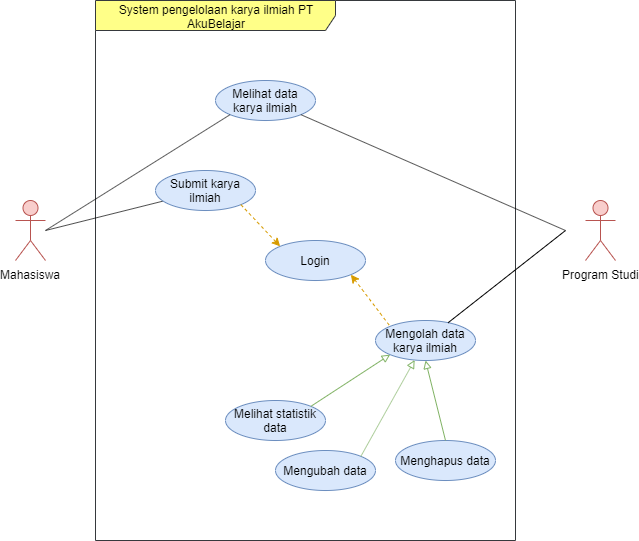
Above: Design/Use Case (RPL II).png in arizalsultan25/TugasRPL-if3a-kel9 (draw.io), before the change. Source tidied: cells renumbered, new cells last; positions are measured from the earlier drawing's top-left corner, leaving out a move shared by most shapes.
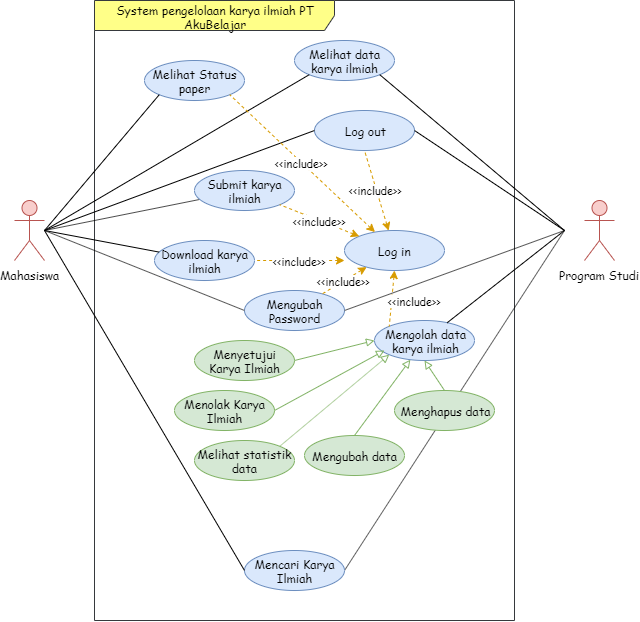
Later version of the same file.

Commit message:
Uml use case final

Diff of the diagram source:
```diff
@@ -2,70 +2,158 @@
   <root>
     <mxCell id="0" />
     <mxCell id="1" parent="0" />
-    <mxCell id="2" value="System pengelolaan karya ilmiah PT AkuBelajar" style="shape=umlFrame;whiteSpace=wrap;html=1;width=240;height=30;fillColor=#ffff88;strokeColor=#36393d;" parent="1" vertex="1">
-      <mxGeometry x="80" width="420" height="540" as="geometry" />
+    <mxCell id="2" value="System pengelolaan karya ilmiah PT AkuBelajar" style="shape=umlFrame;whiteSpace=wrap;html=1;width=240;height=30;fillColor=#ffff88;strokeColor=#36393d;fontFamily=Comic Sans MS;" parent="1" vertex="1">
+      <mxGeometry x="80" width="420" height="620" as="geometry" />
     </mxCell>
+    <mxCell id="19" style="rounded=0;jettySize=auto;html=1;startArrow=block;startFill=0;endArrow=none;endFill=0;entryX=0.5;entryY=0;entryDx=0;entryDy=0;fillColor=#d5e8d4;strokeColor=#82b366;fontFamily=Comic Sans MS;" parent="1" edge="1" source="8" target="9">
+      <mxGeometry relative="1" as="geometry" />
+    </mxCell>
+    <mxCell id="21" style="endArrow=none;html=1;entryX=1;entryY=0.5;entryDx=0;entryDy=0;" parent="1" edge="1" target="37">
+      <mxGeometry relative="1" as="geometry">
+        <mxPoint x="550" y="230" as="sourcePoint" />
+      </mxGeometry>
+    </mxCell>
+    <mxCell id="10" value="Menghapus data" style="ellipse;whiteSpace=wrap;html=1;fillColor=#d5e8d4;strokeColor=#82b366;fontFamily=Comic Sans MS;" parent="1" vertex="1">
+      <mxGeometry x="380" y="390" width="100" height="40" as="geometry" />
+    </mxCell>
-    <mxCell id="3" style="rounded=0;jettySize=auto;html=1;startArrow=none;startFill=0;endArrow=none;endFill=0;" parent="1" edge="1" target="7">
+    <mxCell id="3" style="rounded=0;jettySize=auto;html=1;startArrow=none;startFill=0;endArrow=none;endFill=0;fontFamily=Comic Sans MS;" parent="1" edge="1" target="7">
       <mxGeometry relative="1" as="geometry">
         <mxPoint x="30" y="230" as="sourcePoint" />
       </mxGeometry>
     </mxCell>
+    <mxCell id="22" style="edgeStyle=none;rounded=0;jettySize=auto;html=1;" parent="1" edge="1" source="4">
+      <mxGeometry relative="1" as="geometry">
+        <mxPoint x="30" y="230" as="targetPoint" />
+      </mxGeometry>
+    </mxCell>
-    <mxCell id="4" value="Mahasiswa" style="shape=umlActor;verticalLabelPosition=bottom;labelBackgroundColor=#ffffff;verticalAlign=top;html=1;fillColor=#f8cecc;strokeColor=#b85450;" parent="1" vertex="1">
+    <mxCell id="4" value="Mahasiswa" style="shape=umlActor;verticalLabelPosition=bottom;labelBackgroundColor=#ffffff;verticalAlign=top;html=1;fillColor=#f8cecc;strokeColor=#b85450;fontFamily=Comic Sans MS;" parent="1" vertex="1">
       <mxGeometry y="200" width="30" height="60" as="geometry" />
     </mxCell>
-    <mxCell id="5" value="Program Studi" style="shape=umlActor;verticalLabelPosition=bottom;labelBackgroundColor=#ffffff;verticalAlign=top;html=1;fillColor=#f8cecc;strokeColor=#b85450;" parent="1" vertex="1">
+    <mxCell id="5" value="Program Studi" style="shape=umlActor;verticalLabelPosition=bottom;labelBackgroundColor=#ffffff;verticalAlign=top;html=1;fillColor=#f8cecc;strokeColor=#b85450;fontFamily=Comic Sans MS;" parent="1" vertex="1">
       <mxGeometry x="570" y="200" width="30" height="60" as="geometry" />
     </mxCell>
-    <mxCell id="6" value="Melihat data karya ilmiah" style="ellipse;whiteSpace=wrap;html=1;fillColor=#dae8fc;strokeColor=#6c8ebf;" parent="1" vertex="1">
-      <mxGeometry x="200" y="80" width="100" height="40" as="geometry" />
+    <mxCell id="6" value="Melihat data karya ilmiah" style="ellipse;whiteSpace=wrap;html=1;fillColor=#dae8fc;strokeColor=#6c8ebf;fontFamily=Comic Sans MS;" parent="1" vertex="1">
+      <mxGeometry x="280" y="40" width="100" height="40" as="geometry" />
     </mxCell>
-    <mxCell id="7" value="Submit karya ilmiah" style="ellipse;whiteSpace=wrap;html=1;fillColor=#dae8fc;strokeColor=#6c8ebf;" parent="1" vertex="1">
-      <mxGeometry x="140" y="170" width="100" height="40" as="geometry" />
+    <mxCell id="7" value="Submit karya ilmiah" style="ellipse;whiteSpace=wrap;html=1;fillColor=#dae8fc;strokeColor=#6c8ebf;fontFamily=Comic Sans MS;" parent="1" vertex="1">
+      <mxGeometry x="180" y="170" width="100" height="40" as="geometry" />
     </mxCell>
-    <mxCell id="8" value="Mengolah data&lt;br&gt;karya ilmiah" style="ellipse;whiteSpace=wrap;html=1;fillColor=#dae8fc;strokeColor=#6c8ebf;" parent="1" vertex="1">
+    <mxCell id="8" value="Mengolah data&lt;br&gt;karya ilmiah" style="ellipse;whiteSpace=wrap;html=1;fillColor=#dae8fc;strokeColor=#6c8ebf;fontFamily=Comic Sans MS;" parent="1" vertex="1">
       <mxGeometry x="360" y="320" width="100" height="40" as="geometry" />
     </mxCell>
-    <mxCell id="9" value="Mengubah data" style="ellipse;whiteSpace=wrap;html=1;fillColor=#dae8fc;strokeColor=#6c8ebf;" parent="1" vertex="1">
-      <mxGeometry x="260" y="450" width="100" height="40" as="geometry" />
+    <mxCell id="9" value="Mengubah data" style="ellipse;whiteSpace=wrap;html=1;fillColor=#d5e8d4;strokeColor=#82b366;fontFamily=Comic Sans MS;" parent="1" vertex="1">
+      <mxGeometry x="290" y="435" width="100" height="40" as="geometry" />
     </mxCell>
-    <mxCell id="10" value="Menghapus data" style="ellipse;whiteSpace=wrap;html=1;fillColor=#dae8fc;strokeColor=#6c8ebf;" parent="1" vertex="1">
-      <mxGeometry x="380" y="440" width="100" height="40" as="geometry" />
-    </mxCell>
-    <mxCell id="11" value="Melihat statistik data" style="ellipse;whiteSpace=wrap;html=1;fillColor=#dae8fc;strokeColor=#6c8ebf;" parent="1" vertex="1">
-      <mxGeometry x="210" y="400" width="100" height="40" as="geometry" />
+    <mxCell id="11" value="Melihat statistik data" style="ellipse;whiteSpace=wrap;html=1;fillColor=#d5e8d4;strokeColor=#82b366;fontFamily=Comic Sans MS;" parent="1" vertex="1">
+      <mxGeometry x="180" y="440" width="100" height="40" as="geometry" />
     </mxCell>
-    <mxCell id="12" value="Login" style="ellipse;whiteSpace=wrap;html=1;fillColor=#dae8fc;strokeColor=#6c8ebf;" parent="1" vertex="1">
-      <mxGeometry x="250" y="240" width="100" height="40" as="geometry" />
+    <mxCell id="12" value="Log in" style="ellipse;html=1;fillColor=#dae8fc;strokeColor=#6c8ebf;fontFamily=Comic Sans MS;" parent="1" vertex="1">
+      <mxGeometry x="330" y="230" width="100" height="40" as="geometry" />
     </mxCell>
-    <mxCell id="13" style="rounded=0;jettySize=auto;html=1;startArrow=none;startFill=0;endArrow=none;endFill=0;entryX=0;entryY=1;entryDx=0;entryDy=0;" parent="1" edge="1" target="6">
+    <mxCell id="13" style="rounded=0;jettySize=auto;html=1;startArrow=none;startFill=0;endArrow=none;endFill=0;entryX=0;entryY=1;entryDx=0;entryDy=0;fontFamily=Comic Sans MS;" parent="1" edge="1" target="6">
       <mxGeometry relative="1" as="geometry">
         <mxPoint x="30" y="230" as="sourcePoint" />
       </mxGeometry>
     </mxCell>
-    <mxCell id="14" style="rounded=0;jettySize=auto;html=1;startArrow=none;startFill=0;endArrow=none;endFill=0;" parent="1" edge="1" source="8">
+    <mxCell id="14" style="rounded=0;jettySize=auto;html=1;startArrow=none;startFill=0;endArrow=none;endFill=0;fontFamily=Comic Sans MS;" parent="1" edge="1" source="8">
       <mxGeometry relative="1" as="geometry">
         <mxPoint x="550" y="230" as="targetPoint" />
       </mxGeometry>
     </mxCell>
-    <mxCell id="15" style="rounded=0;jettySize=auto;html=1;startArrow=none;startFill=0;endArrow=none;endFill=0;exitX=1;exitY=1;exitDx=0;exitDy=0;" parent="1" edge="1" source="6">
+    <mxCell id="15" style="rounded=0;jettySize=auto;html=1;startArrow=none;startFill=0;endArrow=none;endFill=0;exitX=1;exitY=1;exitDx=0;exitDy=0;fontFamily=Comic Sans MS;" parent="1" edge="1" source="6">
       <mxGeometry relative="1" as="geometry">
         <mxPoint x="550" y="230" as="targetPoint" />
       </mxGeometry>
     </mxCell>
-    <mxCell id="16" style="rounded=0;jettySize=auto;html=1;startArrow=classic;startFill=1;endArrow=none;endFill=0;entryX=1;entryY=1;entryDx=0;entryDy=0;exitX=0;exitY=0;exitDx=0;exitDy=0;dashed=1;fillColor=#ffe6cc;strokeColor=#d79b00;" parent="1" edge="1" source="12" target="7">
+    <mxCell id="16" value="&amp;lt;&amp;lt;include&amp;gt;&amp;gt;" style="rounded=0;jettySize=auto;html=1;startArrow=classic;startFill=1;endArrow=none;endFill=0;entryX=1;entryY=1;entryDx=0;entryDy=0;exitX=0;exitY=0;exitDx=0;exitDy=0;dashed=1;fillColor=#ffe6cc;strokeColor=#d79b00;fontFamily=Comic Sans MS;" parent="1" edge="1" source="12" target="7">
       <mxGeometry relative="1" as="geometry" />
     </mxCell>
-    <mxCell id="17" style="rounded=0;jettySize=auto;html=1;startArrow=classic;startFill=1;endArrow=none;endFill=0;entryX=0;entryY=0;entryDx=0;entryDy=0;exitX=1;exitY=1;exitDx=0;exitDy=0;dashed=1;fillColor=#ffe6cc;strokeColor=#d79b00;" parent="1" edge="1" source="12" target="8">
-      <mxGeometry relative="1" as="geometry" />
+    <mxCell id="17" value="&amp;lt;&amp;lt;include&amp;gt;&amp;gt;" style="rounded=0;jettySize=auto;html=1;startArrow=classic;startFill=1;endArrow=none;endFill=0;entryX=0;entryY=0;entryDx=0;entryDy=0;exitX=0.5;exitY=1;exitDx=0;exitDy=0;dashed=1;fillColor=#ffe6cc;strokeColor=#d79b00;fontFamily=Comic Sans MS;" parent="1" edge="1" source="12" target="8">
+      <mxGeometry y="23" relative="1" as="geometry" />
     </mxCell>
-    <mxCell id="18" style="rounded=0;jettySize=auto;html=1;startArrow=none;startFill=0;endArrow=block;endFill=0;entryX=0;entryY=1;entryDx=0;entryDy=0;exitX=1;exitY=0;exitDx=0;exitDy=0;fillColor=#d5e8d4;strokeColor=#82b366;" parent="1" edge="1" source="11" target="8">
+    <mxCell id="18" style="rounded=0;jettySize=auto;html=1;startArrow=none;startFill=0;endArrow=block;endFill=0;entryX=0;entryY=1;entryDx=0;entryDy=0;exitX=1;exitY=0;exitDx=0;exitDy=0;fillColor=#d5e8d4;strokeColor=#82b366;fontFamily=Comic Sans MS;" parent="1" edge="1" source="11" target="8">
       <mxGeometry relative="1" as="geometry" />
     </mxCell>
-    <mxCell id="19" style="rounded=0;jettySize=auto;html=1;startArrow=block;startFill=0;endArrow=none;endFill=0;entryX=1;entryY=0;entryDx=0;entryDy=0;fillColor=#d5e8d4;strokeColor=#82b366;" parent="1" edge="1" source="8" target="9">
-      <mxGeometry relative="1" as="geometry" />
-    </mxCell>
-    <mxCell id="20" style="rounded=0;jettySize=auto;html=1;startArrow=block;startFill=0;endArrow=none;endFill=0;entryX=0.5;entryY=0;entryDx=0;entryDy=0;exitX=0.5;exitY=1;exitDx=0;exitDy=0;fillColor=#d5e8d4;strokeColor=#82b366;" parent="1" edge="1" source="8" target="10">
+    <mxCell id="20" style="rounded=0;jettySize=auto;html=1;startArrow=block;startFill=0;endArrow=none;endFill=0;entryX=0.5;entryY=0;entryDx=0;entryDy=0;exitX=0.5;exitY=1;exitDx=0;exitDy=0;fillColor=#d5e8d4;strokeColor=#82b366;fontFamily=Comic Sans MS;" parent="1" edge="1" source="8" target="10">
       <mxGeometry relative="1" as="geometry" />
     </mxCell>
+    <mxCell id="23" value="Download karya ilmiah" style="ellipse;whiteSpace=wrap;html=1;fillColor=#dae8fc;strokeColor=#6c8ebf;fontFamily=Comic Sans MS;" parent="1" vertex="1">
+      <mxGeometry x="140" y="240" width="100" height="40" as="geometry" />
+    </mxCell>
+    <mxCell id="24" style="endArrow=none;html=1;" parent="1" edge="1" target="23">
+      <mxGeometry relative="1" as="geometry">
+        <mxPoint x="30" y="230" as="sourcePoint" />
+      </mxGeometry>
+    </mxCell>
+    <mxCell id="25" value="Menyetujui Karya Ilmiah" style="ellipse;whiteSpace=wrap;html=1;fillColor=#d5e8d4;strokeColor=#82b366;fontFamily=Comic Sans MS;" parent="1" vertex="1">
+      <mxGeometry x="180" y="340" width="100" height="40" as="geometry" />
+    </mxCell>
+    <mxCell id="26" value="Menolak Karya Ilmiah" style="ellipse;whiteSpace=wrap;html=1;fillColor=#d5e8d4;strokeColor=#82b366;fontFamily=Comic Sans MS;" parent="1" vertex="1">
+      <mxGeometry x="160" y="390" width="100" height="40" as="geometry" />
+    </mxCell>
+    <mxCell id="27" style="rounded=0;jettySize=auto;html=1;startArrow=none;startFill=0;endArrow=block;endFill=0;exitX=1;exitY=0.5;exitDx=0;exitDy=0;fillColor=#d5e8d4;strokeColor=#82b366;fontFamily=Comic Sans MS;" parent="1" edge="1" source="26">
+      <mxGeometry relative="1" as="geometry">
+        <mxPoint x="370" y="350" as="targetPoint" />
+      </mxGeometry>
+    </mxCell>
+    <mxCell id="28" style="rounded=0;jettySize=auto;html=1;startArrow=none;startFill=0;endArrow=block;endFill=0;exitX=1;exitY=0.5;exitDx=0;exitDy=0;fillColor=#d5e8d4;strokeColor=#82b366;fontFamily=Comic Sans MS;" parent="1" edge="1" source="25">
+      <mxGeometry relative="1" as="geometry">
+        <mxPoint x="360" y="340" as="targetPoint" />
+      </mxGeometry>
+    </mxCell>
+    <mxCell id="29" value="Log out" style="ellipse;whiteSpace=wrap;html=1;fillColor=#dae8fc;strokeColor=#6c8ebf;fontFamily=Comic Sans MS;" parent="1" vertex="1">
+      <mxGeometry x="300" y="110" width="100" height="40" as="geometry" />
+    </mxCell>
+    <mxCell id="30" value="Melihat Status paper" style="ellipse;whiteSpace=wrap;html=1;fillColor=#dae8fc;strokeColor=#6c8ebf;fontFamily=Comic Sans MS;" parent="1" vertex="1">
+      <mxGeometry x="130" y="60" width="100" height="40" as="geometry" />
+    </mxCell>
+    <mxCell id="31" style="rounded=0;jettySize=auto;html=1;startArrow=none;startFill=0;endArrow=none;endFill=0;entryX=0;entryY=1;entryDx=0;entryDy=0;fontFamily=Comic Sans MS;" parent="1" edge="1" target="30">
+      <mxGeometry relative="1" as="geometry">
+        <mxPoint x="30" y="230" as="sourcePoint" />
+      </mxGeometry>
+    </mxCell>
+    <mxCell id="32" style="rounded=0;jettySize=auto;html=1;startArrow=none;startFill=0;endArrow=none;endFill=0;entryX=0;entryY=0.5;entryDx=0;entryDy=0;fontFamily=Comic Sans MS;" parent="1" edge="1" target="29">
+      <mxGeometry relative="1" as="geometry">
+        <mxPoint x="30" y="230" as="sourcePoint" />
+      </mxGeometry>
+    </mxCell>
+    <mxCell id="33" style="rounded=0;jettySize=auto;html=1;startArrow=none;startFill=0;endArrow=none;endFill=0;exitX=1;exitY=0.5;exitDx=0;exitDy=0;fontFamily=Comic Sans MS;" parent="1" edge="1" source="29">
+      <mxGeometry relative="1" as="geometry">
+        <mxPoint x="550" y="230" as="targetPoint" />
+      </mxGeometry>
+    </mxCell>
+    <mxCell id="34" value="&amp;lt;&amp;lt;include&amp;gt;&amp;gt;" style="rounded=0;jettySize=auto;html=1;startArrow=classic;startFill=1;endArrow=none;endFill=0;entryX=0.5;entryY=1;entryDx=0;entryDy=0;dashed=1;fillColor=#ffe6cc;strokeColor=#d79b00;fontFamily=Comic Sans MS;" parent="1" edge="1" source="12" target="29">
+      <mxGeometry relative="1" as="geometry" />
+    </mxCell>
+    <mxCell id="35" value="&amp;lt;&amp;lt;include&amp;gt;&amp;gt;" style="rounded=0;jettySize=auto;html=1;startArrow=classic;startFill=1;endArrow=none;endFill=0;entryX=1;entryY=0.5;entryDx=0;entryDy=0;exitX=0;exitY=0.75;exitDx=0;exitDy=0;dashed=1;fillColor=#ffe6cc;strokeColor=#d79b00;fontFamily=Comic Sans MS;exitPerimeter=0;" parent="1" edge="1" source="12" target="23">
+      <mxGeometry relative="1" as="geometry" />
+    </mxCell>
+    <mxCell id="36" value="&amp;lt;&amp;lt;include&amp;gt;&amp;gt;" style="rounded=0;jettySize=auto;html=1;startArrow=classic;startFill=1;endArrow=none;endFill=0;entryX=1;entryY=1;entryDx=0;entryDy=0;dashed=1;fillColor=#ffe6cc;strokeColor=#d79b00;fontFamily=Comic Sans MS;" parent="1" edge="1" source="12" target="30">
+      <mxGeometry relative="1" as="geometry" />
+    </mxCell>
+    <mxCell id="37" value="Mencari Karya Ilmiah" style="ellipse;whiteSpace=wrap;html=1;fillColor=#dae8fc;strokeColor=#6c8ebf;fontFamily=Comic Sans MS;" parent="1" vertex="1">
+      <mxGeometry x="230" y="550" width="100" height="40" as="geometry" />
+    </mxCell>
+    <mxCell id="38" style="endArrow=none;html=1;entryX=0;entryY=0.5;entryDx=0;entryDy=0;" parent="1" edge="1" target="37">
+      <mxGeometry relative="1" as="geometry">
+        <mxPoint x="30" y="230" as="sourcePoint" />
+      </mxGeometry>
+    </mxCell>
+    <mxCell id="39" value="Mengubah Password" style="ellipse;whiteSpace=wrap;html=1;fillColor=#dae8fc;strokeColor=#6c8ebf;fontFamily=Comic Sans MS;" parent="1" vertex="1">
+      <mxGeometry x="230" y="290" width="100" height="40" as="geometry" />
+    </mxCell>
+    <mxCell id="40" value="&amp;lt;&amp;lt;include&amp;gt;&amp;gt;" style="rounded=0;jettySize=auto;html=1;startArrow=classic;startFill=1;endArrow=none;endFill=0;dashed=1;fillColor=#ffe6cc;strokeColor=#d79b00;fontFamily=Comic Sans MS;" parent="1" edge="1" source="12" target="39">
+      <mxGeometry relative="1" as="geometry" />
+    </mxCell>
+    <mxCell id="41" style="endArrow=none;html=1;entryX=0;entryY=0.5;entryDx=0;entryDy=0;" parent="1" edge="1" target="39">
+      <mxGeometry relative="1" as="geometry">
+        <mxPoint x="30" y="230" as="sourcePoint" />
+      </mxGeometry>
+    </mxCell>
+    <mxCell id="42" style="endArrow=none;html=1;entryX=1;entryY=0.5;entryDx=0;entryDy=0;" parent="1" edge="1" target="39">
+      <mxGeometry relative="1" as="geometry">
+        <mxPoint x="550" y="230" as="sourcePoint" />
+      </mxGeometry>
+    </mxCell>
   </root>
 </mxGraphModel>
```
